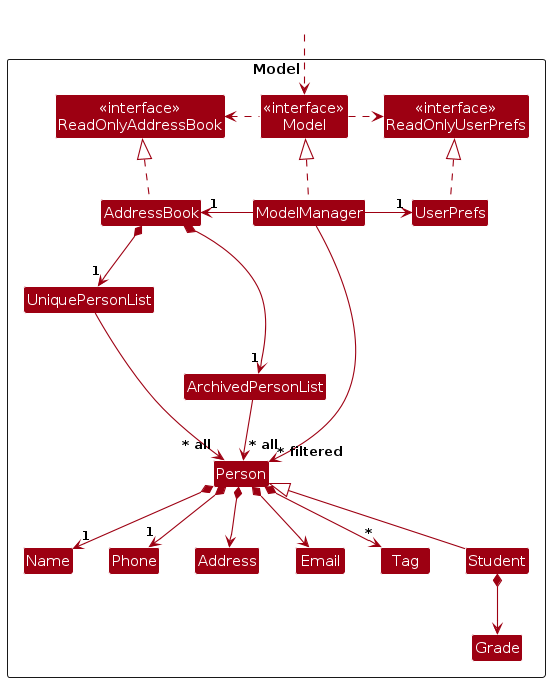
This is diagrams/ModelClassDiagram.png from AY2425-CS2103T-T09-4/tp, a PlantUML export, as it was before one commit. Its source is kept beside it as diagrams/ModelClassDiagram.puml.
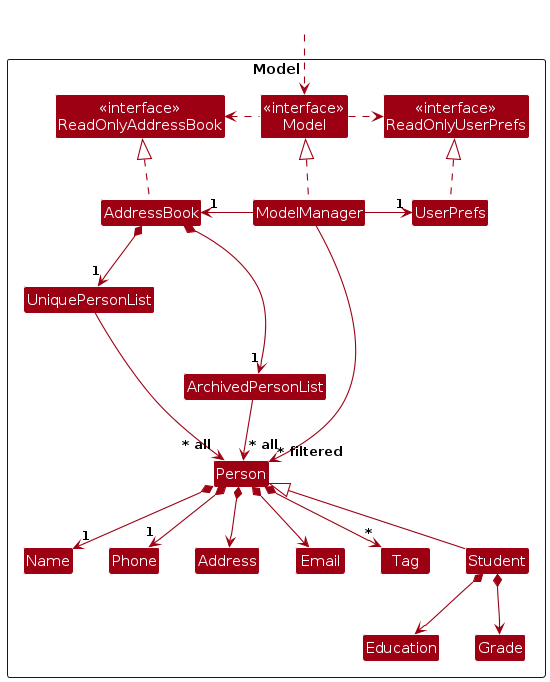
Above is the later version.

Change to the diagram source:
```diff
@@ -21,6 +21,7 @@
 Class Phone
 Class Tag
 Class Student extends Person
+Class Education
 Class Grade
 
 Class I #FFFFFF
@@ -47,6 +48,7 @@
 Person *--> Email
 Person *--> Address
 Person *--> "*" Tag
+Student *--> Education
 Student *--> Grade
 
 Person -[hidden]up--> I
```
